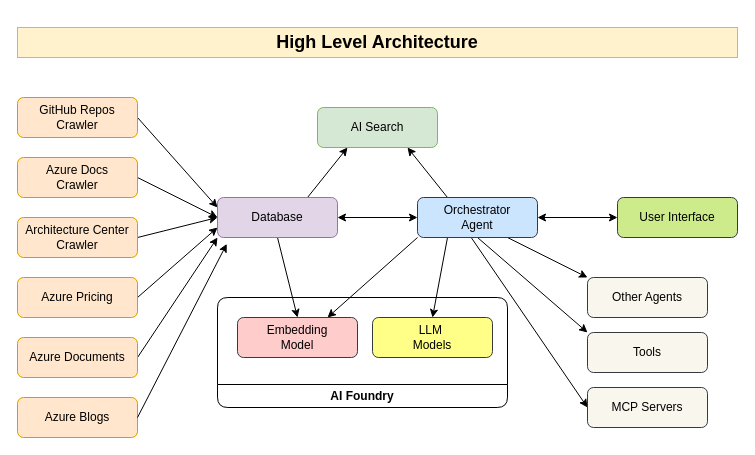
Earlier version of the draw.io diagram architecture/high-level.drawio (amir0135/STU-Copilot). Source tidied: cells renumbered, new cells numbered last; positions are measured from the earlier drawing's top-left corner, leaving out a move shared by most shapes. Both pictures are drawn from the tidied source at 100%, with x=0, y=0 at pixel (17, 27).
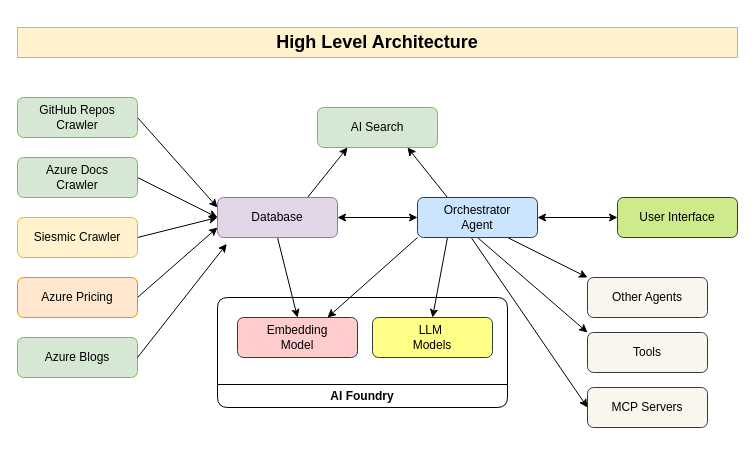
After the change.

Commit message (it also covers changes not shown here):
feat: Add Seismic Crawler and related data models; update .gitignore and requirements

Unchanged cells that the change refers to:
```xml
<mxCell id="13" value="Database" style="rounded=1;whiteSpace=wrap;html=1;fillColor=#e1d5e7;strokeColor=#9673a6;" parent="1" vertex="1">
  <mxGeometry x="200" y="170" width="120" height="40" as="geometry" />
</mxCell>
```

Change to the diagram source:
```diff
@@
-    <mxCell id="3" value="GitHub Repos&lt;div&gt;Crawler&lt;/div&gt;" style="rounded=1;whiteSpace=wrap;html=1;fillColor=#ffe6cc;strokeColor=#d79b00;" parent="1" vertex="1">
+    <mxCell id="3" value="GitHub Repos&lt;div&gt;Crawler&lt;/div&gt;" style="rounded=1;whiteSpace=wrap;html=1;fillColor=#d5e8d4;strokeColor=#82b366;" parent="1" vertex="1">
       <mxGeometry y="70" width="120" height="40" as="geometry" />
     </mxCell>
@@
-    <mxCell id="5" value="Azure Docs&lt;br&gt;&lt;div&gt;Crawler&lt;/div&gt;" style="rounded=1;whiteSpace=wrap;html=1;fillColor=#ffe6cc;strokeColor=#d79b00;" parent="1" vertex="1">
+    <mxCell id="5" value="Azure Docs&lt;br&gt;&lt;div&gt;Crawler&lt;/div&gt;" style="rounded=1;whiteSpace=wrap;html=1;fillColor=#d5e8d4;strokeColor=#82b366;" parent="1" vertex="1">
       <mxGeometry y="130" width="120" height="40" as="geometry" />
     </mxCell>
@@
-    <mxCell id="7" value="Architecture Center&lt;div&gt;Crawler&lt;/div&gt;" style="rounded=1;whiteSpace=wrap;html=1;fillColor=#ffe6cc;strokeColor=#d79b00;" parent="1" vertex="1">
+    <mxCell id="7" value="Siesmic Crawler" style="rounded=1;whiteSpace=wrap;html=1;fillColor=#fff2cc;strokeColor=#d6b656;" parent="1" vertex="1">
       <mxGeometry y="190" width="120" height="40" as="geometry" />
     </mxCell>
@@
-    <mxCell id="31" style="edgeStyle=none;html=1;entryX=0;entryY=1;entryDx=0;entryDy=0;exitX=1;exitY=0.5;exitDx=0;exitDy=0;" parent="1" edge="1" source="32" target="13">
-      <mxGeometry relative="1" as="geometry" />
-    </mxCell>
-    <mxCell id="32" value="Azure Documents" style="rounded=1;whiteSpace=wrap;html=1;fillColor=#ffe6cc;strokeColor=#d79b00;" parent="1" vertex="1">
-      <mxGeometry y="310" width="120" height="40" as="geometry" />
-    </mxCell>
-    <mxCell id="33" value="Azure Blogs" style="rounded=1;whiteSpace=wrap;html=1;fillColor=#ffe6cc;strokeColor=#d79b00;" parent="1" vertex="1">
-      <mxGeometry y="370" width="120" height="40" as="geometry" />
+    <mxCell id="33" value="Azure Blogs" style="rounded=1;whiteSpace=wrap;html=1;fillColor=#d5e8d4;strokeColor=#82b366;" parent="1" vertex="1">
+      <mxGeometry y="310" width="120" height="40" as="geometry" />
     </mxCell>
```
